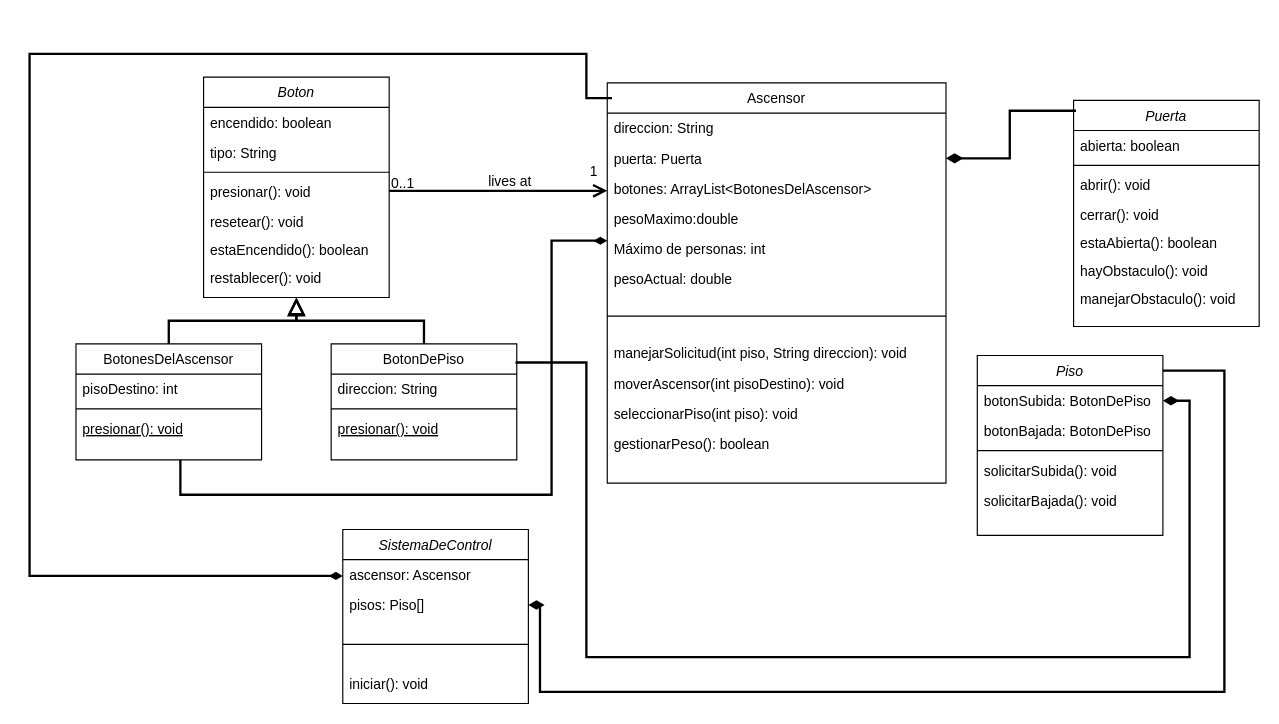
DavidOD17/3-Momento keeps this draw.io diagram as Diagrama sin título.drawio. Above is the earlier version. Source tidied: cells renumbered, new cells numbered last; positions are measured from the earlier drawing's top-left corner, leaving out a move shared by most shapes. Both pictures are drawn from the tidied source at 116%, with x=0, y=0 at pixel (29, 53).
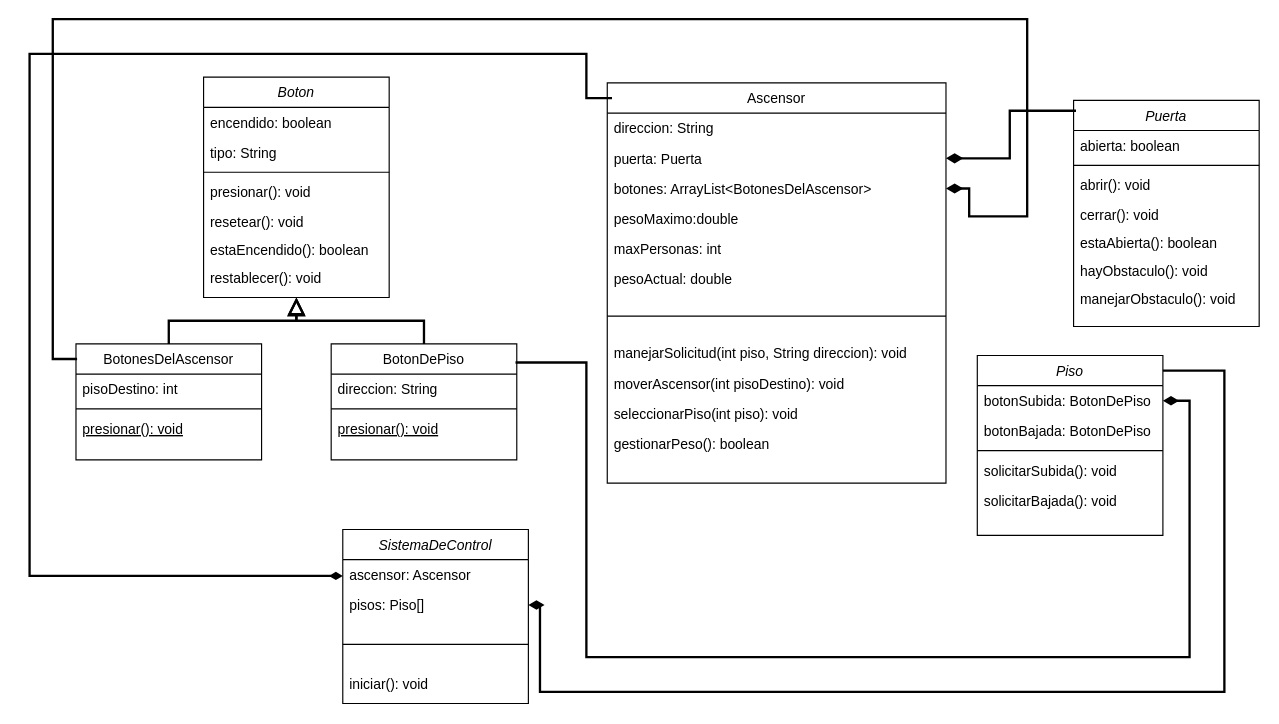
After the change.

The change refers to these unchanged cells:
```xml
<mxCell id="2" value="Boton" style="swimlane;fontStyle=2;align=center;verticalAlign=top;horizontal=1;startSize=26;rounded=0;shadow=0;strokeWidth=1;" parent="1" vertex="1">
  <mxGeometry x="150" y="20" width="160" height="190" as="geometry" />
</mxCell>
<mxCell id="10" value="BotonesDelAscensor" style="swimlane;fontStyle=0;align=center;verticalAlign=top;horizontal=1;startSize=26;rounded=0;shadow=0;strokeWidth=1;" parent="1" vertex="1">
  <mxGeometry x="40" y="250" width="160" height="100" as="geometry" />
</mxCell>
<mxCell id="20" value="Ascensor" style="swimlane;fontStyle=0;align=center;verticalAlign=top;horizontal=1;startSize=26;rounded=0;shadow=0;strokeWidth=1;" parent="1" vertex="1">
  <mxGeometry x="498" y="25" width="292" height="345" as="geometry" />
</mxCell>
<mxCell id="23" value="botones: ArrayList&lt;BotonesDelAscensor&gt;" style="text;align=left;verticalAlign=top;spacingLeft=4;spacingRight=4;overflow=hidden;points=[[0,0.5],[1,0.5]];portConstraint=eastwest;rounded=0;shadow=0;html=0;" parent="20" vertex="1">
  <mxGeometry y="78" width="292" height="26" as="geometry" />
</mxCell>
```

What changed in the source:
```diff
@@
-    <mxCell id="25" value="Máximo de personas: int&#10;" style="text;align=left;verticalAlign=top;spacingLeft=4;spacingRight=4;overflow=hidden;rounded=0;shadow=0;html=0;" parent="20" vertex="1">
+    <mxCell id="25" value="maxPersonas: int&#10;" style="text;align=left;verticalAlign=top;spacingLeft=4;spacingRight=4;overflow=hidden;rounded=0;shadow=0;html=0;" parent="20" vertex="1">
       <mxGeometry y="130" width="292" height="26" as="geometry" />
     </mxCell>
@@
-    <mxCell id="32" style="endArrow=open;shadow=0;strokeWidth=2;rounded=0;curved=0;endFill=1;edgeStyle=elbowEdgeStyle;elbow=vertical;endSize=8;" parent="1" edge="1" source="2" target="20">
-      <mxGeometry x="0.5" y="41" relative="1" as="geometry">
-        <mxPoint x="-40" y="32" as="offset" />
-      </mxGeometry>
-    </mxCell>
-    <mxCell id="33" value="0..1" style="align=left;verticalAlign=bottom;labelBackgroundColor=none;fontSize=12;" parent="32" vertex="1">
-      <mxGeometry x="-1" relative="1" as="geometry">
-        <mxPoint y="2" as="offset" />
-      </mxGeometry>
-    </mxCell>
-    <mxCell id="34" value="1" style="align=right;verticalAlign=bottom;labelBackgroundColor=none;fontSize=12;" parent="32" vertex="1">
-      <mxGeometry x="1" relative="1" as="geometry">
-        <mxPoint x="-7" y="-8" as="offset" />
-      </mxGeometry>
-    </mxCell>
-    <mxCell id="35" value="lives at" style="text;html=1;align=center;verticalAlign=middle;labelBackgroundColor=none;rounded=0;shadow=0;strokeWidth=1;fontSize=12;" parent="32" vertex="1">
-      <mxGeometry x="0.5" y="49" relative="1" as="geometry">
-        <mxPoint x="-38" y="40" as="offset" />
-      </mxGeometry>
-    </mxCell>
@@
-    <mxCell id="57" style="edgeStyle=orthogonalEdgeStyle;rounded=0;orthogonalLoop=1;jettySize=auto;html=1;endArrow=none;endFill=0;strokeWidth=2;endSize=9;targetPerimeterSpacing=0;startArrow=diamondThin;startFill=1;" parent="1" edge="1">
-      <mxGeometry relative="1" as="geometry">
-        <mxPoint x="498" y="161" as="sourcePoint" />
-        <mxPoint x="130" y="350" as="targetPoint" />
-        <Array as="points">
-          <mxPoint x="450" y="161" />
-          <mxPoint x="450" y="380" />
-          <mxPoint x="130" y="380" />
-        </Array>
-      </mxGeometry>
-    </mxCell>
@@
+    <mxCell id="60" style="edgeStyle=orthogonalEdgeStyle;rounded=0;jettySize=auto;html=1;endArrow=diamondThin;endFill=1;strokeWidth=2;endSize=9;targetPerimeterSpacing=0;exitX=0.006;exitY=0.13;exitDx=0;exitDy=0;exitPerimeter=0;entryX=1;entryY=0.5;entryDx=0;entryDy=0;" parent="1" edge="1" source="10" target="23">
+      <mxGeometry relative="1" as="geometry">
+        <Array as="points">
+          <mxPoint x="20" y="263" />
+          <mxPoint x="20" y="-30" />
+          <mxPoint x="860" y="-30" />
+          <mxPoint x="860" y="140" />
+          <mxPoint x="810" y="140" />
+          <mxPoint x="810" y="116" />
+        </Array>
+      </mxGeometry>
+    </mxCell>
```
